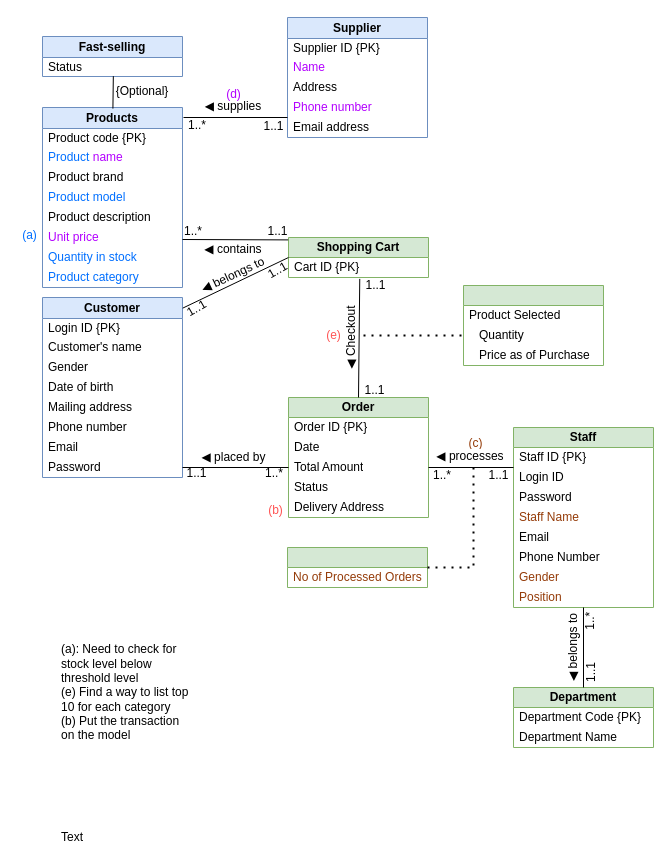
The draw.io diagram Assignment_1.drawio in shadowngks/DBMS, before the edit. Source tidied: cells renumbered, new cells numbered last; positions are measured from the earlier drawing's top-left corner, leaving out a move shared by most shapes. Both pictures are drawn from the tidied source at 100%, with x=0, y=0 at pixel (17, 17).
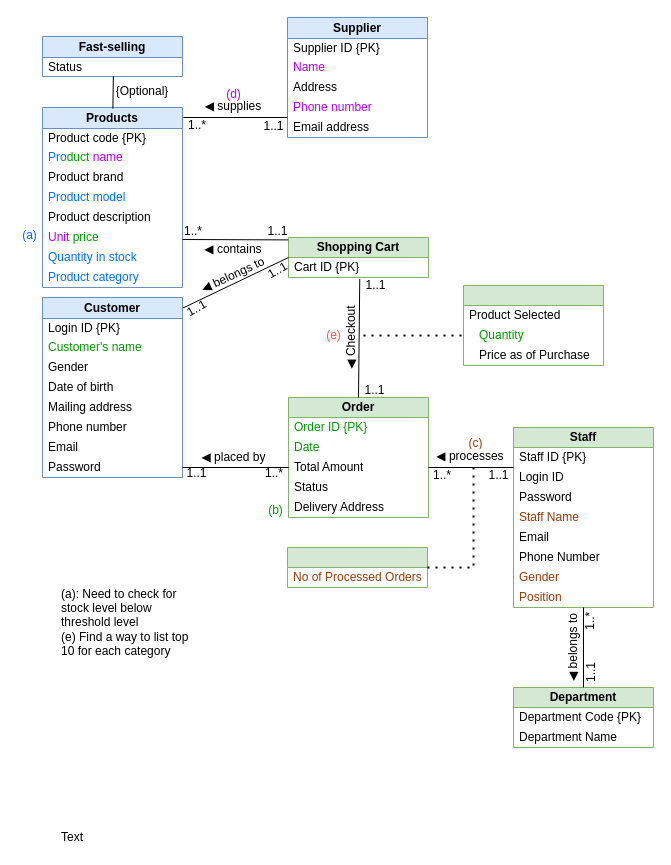
Above is the later version.

Commit message:
(b) now on model

The change refers to these unchanged cells:
```xml
<mxCell id="2" value="Products" style="swimlane;fontStyle=1;horizontal=1;startSize=21;whiteSpace=wrap;html=1;fillColor=#dae8fc;strokeColor=#6c8ebf;" parent="1" vertex="1">
  <mxGeometry x="25" y="90" width="140" height="180" as="geometry" />
</mxCell>
<mxCell id="17" value="Customer" style="swimlane;fontStyle=1;horizontal=1;startSize=21;whiteSpace=wrap;html=1;fillColor=#dae8fc;strokeColor=#6c8ebf;" parent="1" vertex="1">
  <mxGeometry x="25" y="280" width="140" height="180" as="geometry" />
</mxCell>
<mxCell id="38" style="swimlane;fontStyle=0;horizontal=1;startSize=20;whiteSpace=wrap;html=1;fillColor=#d5e8d4;strokeColor=#82b366;" parent="1" vertex="1">
  <mxGeometry x="446" y="268" width="140" height="80" as="geometry" />
</mxCell>
<mxCell id="42" value="Order" style="swimlane;fontStyle=1;horizontal=1;startSize=20;whiteSpace=wrap;html=1;fillColor=#d5e8d4;strokeColor=#82b366;" parent="1" vertex="1">
  <mxGeometry x="271" y="380" width="140" height="120" as="geometry" />
</mxCell>
```

Diff of the diagram source:
```diff
@@
-    <mxCell id="4" value="Product &lt;font color=&quot;#b300ff&quot;&gt;name&lt;/font&gt;" style="text;strokeColor=none;fillColor=none;align=left;verticalAlign=middle;spacingLeft=4;spacingRight=4;overflow=hidden;whiteSpace=wrap;html=1;fontColor=#006FFF;" parent="2" vertex="1">
+    <mxCell id="4" value="Pro&lt;font color=&quot;#009900&quot;&gt;duct&lt;/font&gt; &lt;font color=&quot;#b300ff&quot;&gt;name&lt;/font&gt;" style="text;strokeColor=none;fillColor=none;align=left;verticalAlign=middle;spacingLeft=4;spacingRight=4;overflow=hidden;whiteSpace=wrap;html=1;fontColor=#006FFF;" parent="2" vertex="1">
       <mxGeometry y="40" width="140" height="20" as="geometry" />
     </mxCell>
@@
-    <mxCell id="8" value="Unit price" style="text;html=1;align=left;verticalAlign=middle;whiteSpace=wrap;rounded=0;spacingLeft=4;fontColor=#B300FF;" parent="2" vertex="1">
+    <mxCell id="8" value="Unit &lt;font color=&quot;#009900&quot;&gt;price&lt;/font&gt;" style="text;html=1;align=left;verticalAlign=middle;whiteSpace=wrap;rounded=0;spacingLeft=4;fontColor=#B300FF;" parent="2" vertex="1">
       <mxGeometry y="120" width="140" height="20" as="geometry" />
     </mxCell>
@@
-    <mxCell id="19" value="Customer's name" style="text;strokeColor=none;fillColor=none;align=left;verticalAlign=middle;spacingLeft=4;spacingRight=4;overflow=hidden;whiteSpace=wrap;html=1;" parent="17" vertex="1">
+    <mxCell id="19" value="Customer's name" style="text;strokeColor=none;fillColor=none;align=left;verticalAlign=middle;spacingLeft=4;spacingRight=4;overflow=hidden;whiteSpace=wrap;html=1;fontColor=#009900;" parent="17" vertex="1">
       <mxGeometry y="40" width="140" height="20" as="geometry" />
     </mxCell>
@@
-    <mxCell id="40" value="Quantity" style="text;strokeColor=none;fillColor=none;align=left;verticalAlign=middle;spacingLeft=14;spacingRight=4;overflow=hidden;points=[[0,0.5],[1,0.5]];portConstraint=eastwest;whiteSpace=wrap;html=1;" parent="38" vertex="1">
+    <mxCell id="40" value="Quantity" style="text;strokeColor=none;fillColor=none;align=left;verticalAlign=middle;spacingLeft=14;spacingRight=4;overflow=hidden;points=[[0,0.5],[1,0.5]];portConstraint=eastwest;whiteSpace=wrap;html=1;fontColor=#009900;" parent="38" vertex="1">
       <mxGeometry y="40" width="140" height="20" as="geometry" />
     </mxCell>
@@
-    <mxCell id="43" value="Order ID {PK}" style="text;strokeColor=none;fillColor=none;align=left;verticalAlign=middle;spacingLeft=4;spacingRight=4;overflow=hidden;whiteSpace=wrap;html=1;" parent="42" vertex="1">
+    <mxCell id="43" value="Order ID {PK}" style="text;strokeColor=none;fillColor=none;align=left;verticalAlign=middle;spacingLeft=4;spacingRight=4;overflow=hidden;whiteSpace=wrap;html=1;fontColor=#009900;" parent="42" vertex="1">
       <mxGeometry y="20" width="140" height="20" as="geometry" />
     </mxCell>
-    <mxCell id="44" value="Date" style="text;strokeColor=none;fillColor=none;align=left;verticalAlign=middle;spacingLeft=4;spacingRight=4;overflow=hidden;whiteSpace=wrap;html=1;" parent="42" vertex="1">
+    <mxCell id="44" value="Date" style="text;strokeColor=none;fillColor=none;align=left;verticalAlign=middle;spacingLeft=4;spacingRight=4;overflow=hidden;whiteSpace=wrap;html=1;fontColor=#009900;" parent="42" vertex="1">
       <mxGeometry y="40" width="140" height="20" as="geometry" />
     </mxCell>
@@
-    <mxCell id="48" value="(a): Need to check for stock level below threshold level&lt;div&gt;(e) Find a way to list top 10 for each category&lt;/div&gt;&lt;div&gt;(b) Put the transaction on the model&lt;/div&gt;" style="text;html=1;align=left;verticalAlign=middle;whiteSpace=wrap;rounded=0;spacingLeft=4;" parent="1" vertex="1">
-      <mxGeometry x="37.5" y="610" width="140" height="130" as="geometry" />
+    <mxCell id="48" value="(a): Need to check for stock level below threshold level&lt;div&gt;(e) Find a way to list top 10 for each category&lt;/div&gt;" style="text;html=1;align=left;verticalAlign=middle;whiteSpace=wrap;rounded=0;spacingLeft=4;" parent="1" vertex="1">
+      <mxGeometry x="37.5" y="540" width="140" height="130" as="geometry" />
     </mxCell>
@@
-    <mxCell id="80" value="&lt;span style=&quot;font-family: sans-serif; font-size: 12.0191px; text-align: start; white-space: pre; background-color: rgb(255, 255, 255);&quot;&gt;(b)&lt;/span&gt;" style="text;html=1;align=center;verticalAlign=middle;whiteSpace=wrap;rounded=0;fontColor=#FF5454;" parent="1" vertex="1">
+    <mxCell id="80" value="&lt;span style=&quot;font-family: sans-serif; font-size: 12.0191px; text-align: start; white-space: pre; background-color: rgb(255, 255, 255);&quot;&gt;&lt;font color=&quot;#009900&quot;&gt;(b)&lt;/font&gt;&lt;/span&gt;" style="text;html=1;align=center;verticalAlign=middle;whiteSpace=wrap;rounded=0;fontColor=#FF5454;" parent="1" vertex="1">
       <mxGeometry x="246" y="485" width="25" height="15" as="geometry" />
     </mxCell>
```
